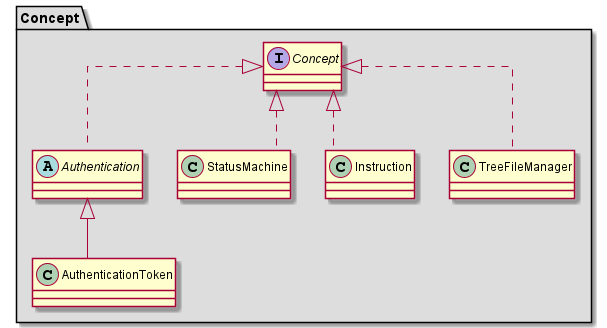
nonodev96/THUMDER-ontology keeps this PlantUML diagram as assets/README_Concept.png. Above is the earlier version.
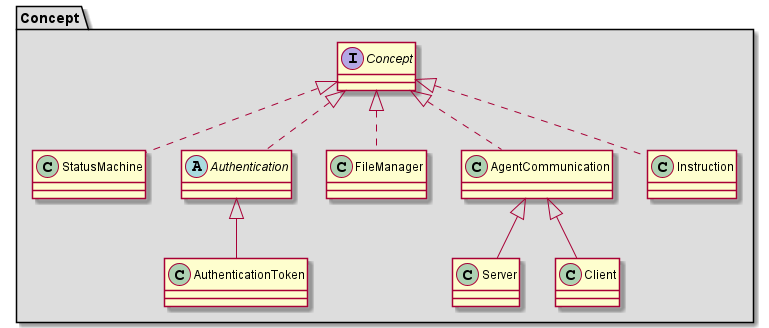
Later version of the same file.

Change to the diagram source:
```diff
@@ -1,13 +1,17 @@
 @startuml{README_Concept.png}
-!include config.skinparam
 
 package "Concept" #DDDDDD {
   interface Concept
+  class StatusMachine implements Concept
+
   abstract class Authentication implements Concept
   class AuthenticationToken extends Authentication
-  class StatusMachine implements Concept
+
+  class FileManager implements Concept
+  class AgentCommunication implements Concept
+  class Server extends AgentCommunication
+  class Client extends AgentCommunication
   class Instruction implements Concept
-  class TreeFileManager implements Concept
 }
 
 
```
